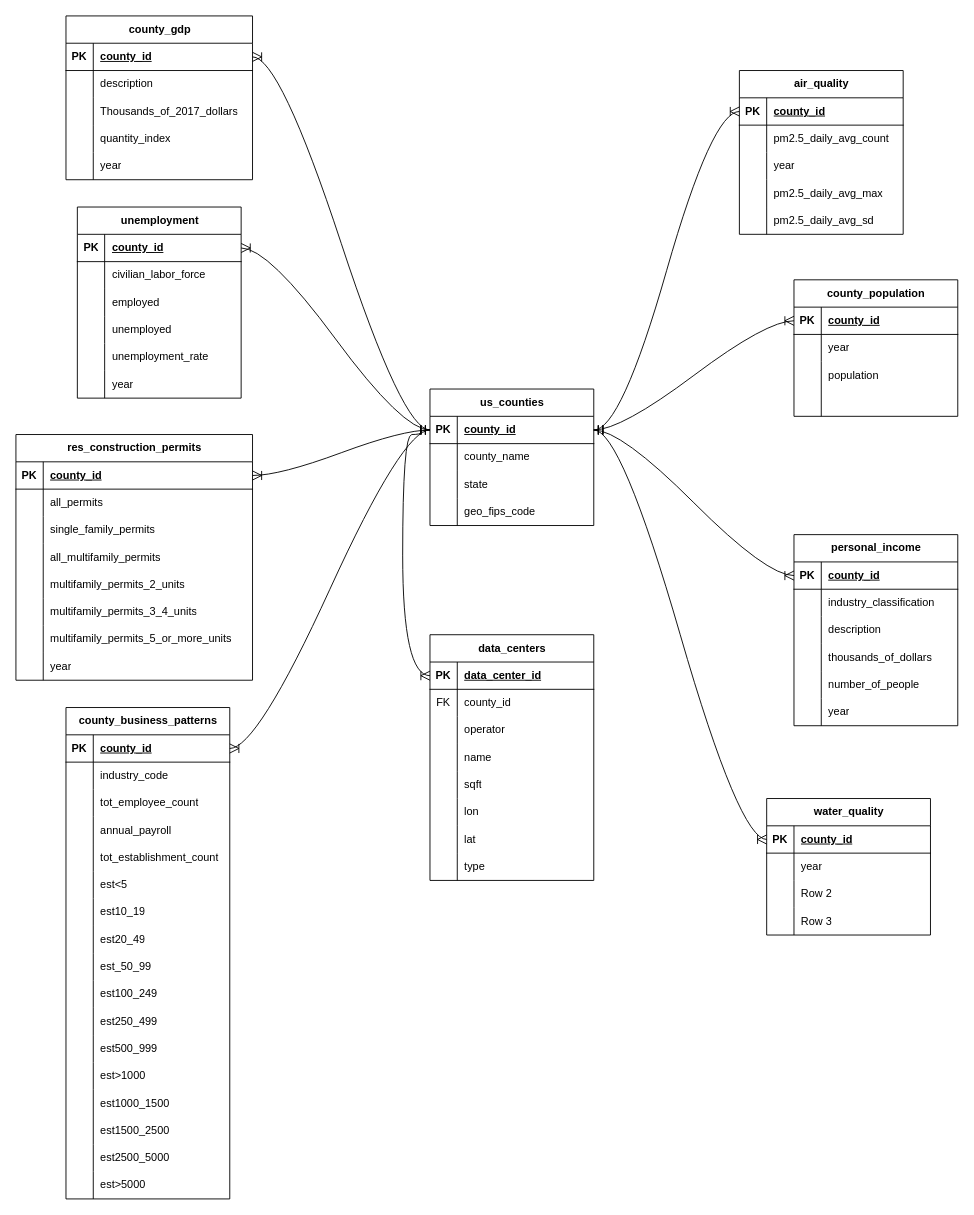
Above: db_documentation/capstone_db_erd.drawio in LoganRosell/local-economic-impact-of-data-centers-workbook (draw.io), before the change. Source tidied: cells renumbered, new cells numbered last; positions are measured from the earlier drawing's top-left corner, leaving out a move shared by most shapes. Both pictures are drawn from the tidied source at 91%, with x=0, y=0 at pixel (15, 15).
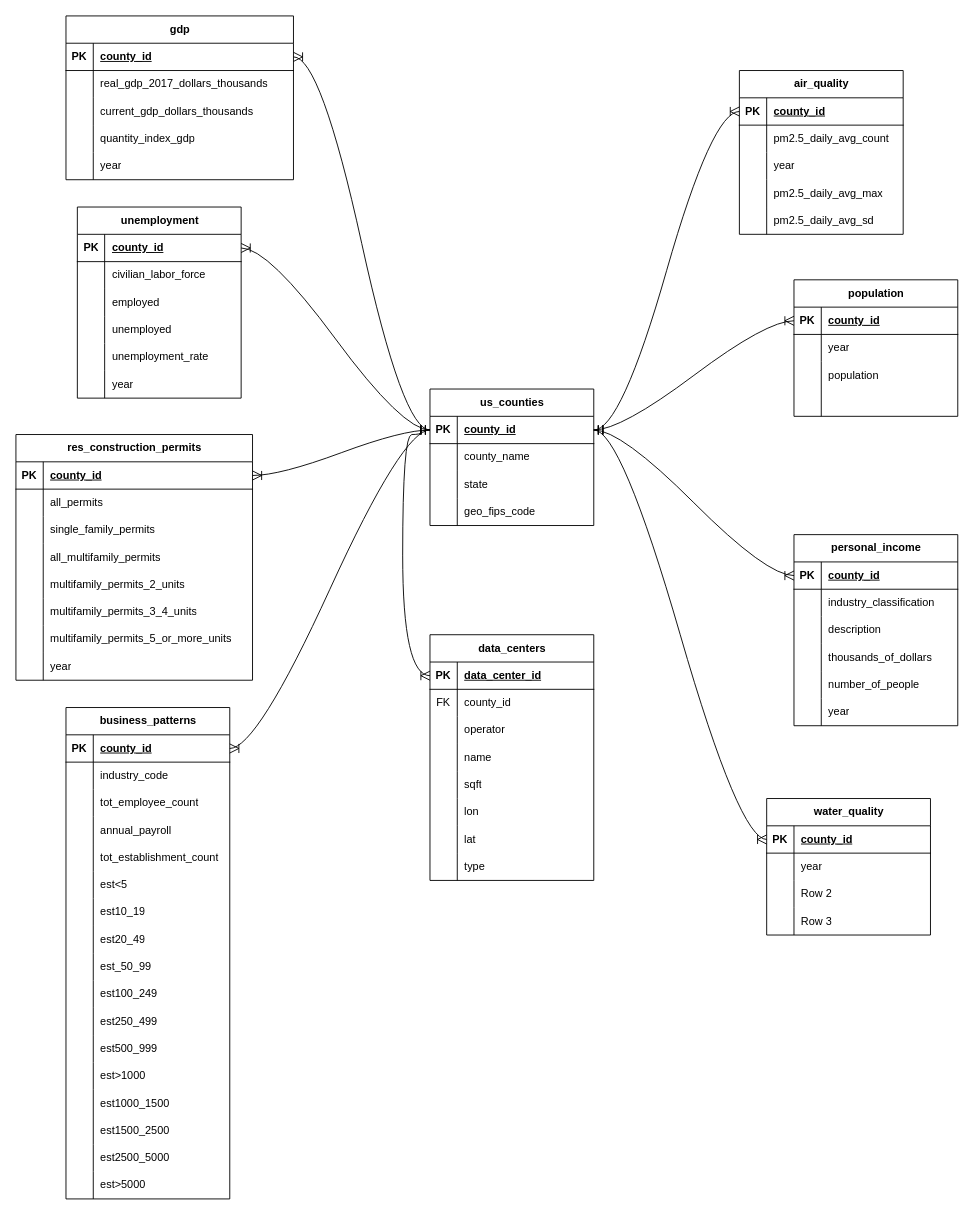
The same page after the edit.

Commit message (it also covers changes not shown here):
feat: create cleaning script for county fips codes

What changed in the source:
```diff
@@
-    <mxCell id="15" value="county_population" style="shape=table;startSize=30;childLayout=tableLayout;rowLines=0;fontStyle=1;align=center;html=1;" parent="1" vertex="1">
+    <mxCell id="15" value="population" style="shape=table;startSize=30;childLayout=tableLayout;rowLines=0;fontStyle=1;align=center;html=1;" parent="1" vertex="1">
       <mxGeometry x="855" y="290" width="180" height="150" as="geometry" />
     </mxCell>
@@
-    <mxCell id="47" value="county_gdp" style="shape=table;startSize=30;childLayout=tableLayout;rowLines=0;fontStyle=1;align=center;html=1;" parent="1" vertex="1">
-      <mxGeometry x="55" width="205" height="180" as="geometry" />
+    <mxCell id="47" value="gdp" style="shape=table;startSize=30;childLayout=tableLayout;rowLines=0;fontStyle=1;align=center;html=1;" parent="1" vertex="1">
+      <mxGeometry x="55" width="250" height="180" as="geometry" />
     </mxCell>
     <mxCell id="48" style="shape=tableRow;horizontal=0;startSize=0;swimlaneHead=0;swimlaneBody=0;fillColor=none;points=[[0,0.5],[1,0.5]];portConstraint=eastwest;top=0;left=0;right=0;bottom=1;" parent="47" vertex="1">
-      <mxGeometry y="30" width="205" height="30" as="geometry" />
+      <mxGeometry y="30" width="250" height="30" as="geometry" />
     </mxCell>
@@
     <mxCell id="50" value="county_id" style="shape=partialRectangle;fillColor=none;top=0;left=0;bottom=0;right=0;align=left;spacingLeft=6;fontStyle=5;overflow=hidden;whiteSpace=wrap;html=1;" parent="48" vertex="1">
-      <mxGeometry x="30" width="175" height="30" as="geometry" />
+      <mxGeometry x="30" width="220" height="30" as="geometry" />
     </mxCell>
     <mxCell id="51" style="shape=tableRow;horizontal=0;startSize=0;swimlaneHead=0;swimlaneBody=0;fillColor=none;top=0;left=0;right=0;bottom=0;" parent="47" vertex="1">
-      <mxGeometry y="60" width="205" height="30" as="geometry" />
+      <mxGeometry y="60" width="250" height="30" as="geometry" />
     </mxCell>
@@
-    <mxCell id="53" value="description" style="shape=partialRectangle;fillColor=none;top=0;left=0;bottom=0;right=0;align=left;spacingLeft=6;overflow=hidden;whiteSpace=wrap;html=1;" parent="51" vertex="1">
-      <mxGeometry x="30" width="175" height="30" as="geometry" />
+    <mxCell id="53" value="real_gdp_2017_dollars_thousands" style="shape=partialRectangle;fillColor=none;top=0;left=0;bottom=0;right=0;align=left;spacingLeft=6;overflow=hidden;whiteSpace=wrap;html=1;" parent="51" vertex="1">
+      <mxGeometry x="30" width="220" height="30" as="geometry" />
     </mxCell>
     <mxCell id="54" style="shape=tableRow;horizontal=0;startSize=0;swimlaneHead=0;swimlaneBody=0;fillColor=none;top=0;left=0;right=0;bottom=0;" parent="47" vertex="1">
-      <mxGeometry y="90" width="205" height="30" as="geometry" />
+      <mxGeometry y="90" width="250" height="30" as="geometry" />
     </mxCell>
@@
-    <mxCell id="56" value="Thousands_of_2017_dollars" style="shape=partialRectangle;fillColor=none;top=0;left=0;bottom=0;right=0;align=left;spacingLeft=6;overflow=hidden;whiteSpace=wrap;html=1;" parent="54" vertex="1">
-      <mxGeometry x="30" width="175" height="30" as="geometry" />
+    <mxCell id="56" value="current_gdp_dollars_thousands" style="shape=partialRectangle;fillColor=none;top=0;left=0;bottom=0;right=0;align=left;spacingLeft=6;overflow=hidden;whiteSpace=wrap;html=1;" parent="54" vertex="1">
+      <mxGeometry x="30" width="220" height="30" as="geometry" />
     </mxCell>
     <mxCell id="57" style="shape=tableRow;horizontal=0;startSize=0;swimlaneHead=0;swimlaneBody=0;fillColor=none;top=0;left=0;right=0;bottom=0;" parent="47" vertex="1">
-      <mxGeometry y="120" width="205" height="30" as="geometry" />
+      <mxGeometry y="120" width="250" height="30" as="geometry" />
     </mxCell>
@@
-    <mxCell id="59" value="quantity_index" style="shape=partialRectangle;fillColor=none;top=0;left=0;bottom=0;right=0;align=left;spacingLeft=6;overflow=hidden;whiteSpace=wrap;html=1;" parent="57" vertex="1">
-      <mxGeometry x="30" width="175" height="30" as="geometry" />
+    <mxCell id="59" value="quantity_index_gdp" style="shape=partialRectangle;fillColor=none;top=0;left=0;bottom=0;right=0;align=left;spacingLeft=6;overflow=hidden;whiteSpace=wrap;html=1;" parent="57" vertex="1">
+      <mxGeometry x="30" width="220" height="30" as="geometry" />
     </mxCell>
     <mxCell id="60" style="shape=tableRow;horizontal=0;startSize=0;swimlaneHead=0;swimlaneBody=0;fillColor=none;top=0;left=0;right=0;bottom=0;" parent="47" vertex="1">
-      <mxGeometry y="150" width="205" height="30" as="geometry" />
+      <mxGeometry y="150" width="250" height="30" as="geometry" />
     </mxCell>
@@
     <mxCell id="62" value="year" style="shape=partialRectangle;fillColor=none;top=0;left=0;bottom=0;right=0;align=left;spacingLeft=6;overflow=hidden;whiteSpace=wrap;html=1;" parent="60" vertex="1">
-      <mxGeometry x="30" width="175" height="30" as="geometry" />
+      <mxGeometry x="30" width="220" height="30" as="geometry" />
     </mxCell>
@@
-    <mxCell id="169" value="county_business_patterns" style="shape=table;startSize=30;childLayout=tableLayout;rowLines=0;fontStyle=1;align=center;html=1;" parent="1" vertex="1">
+    <mxCell id="169" value="business_patterns" style="shape=table;startSize=30;childLayout=tableLayout;rowLines=0;fontStyle=1;align=center;html=1;" parent="1" vertex="1">
       <mxGeometry x="55" y="760" width="180" height="540" as="geometry" />
     </mxCell>
```
